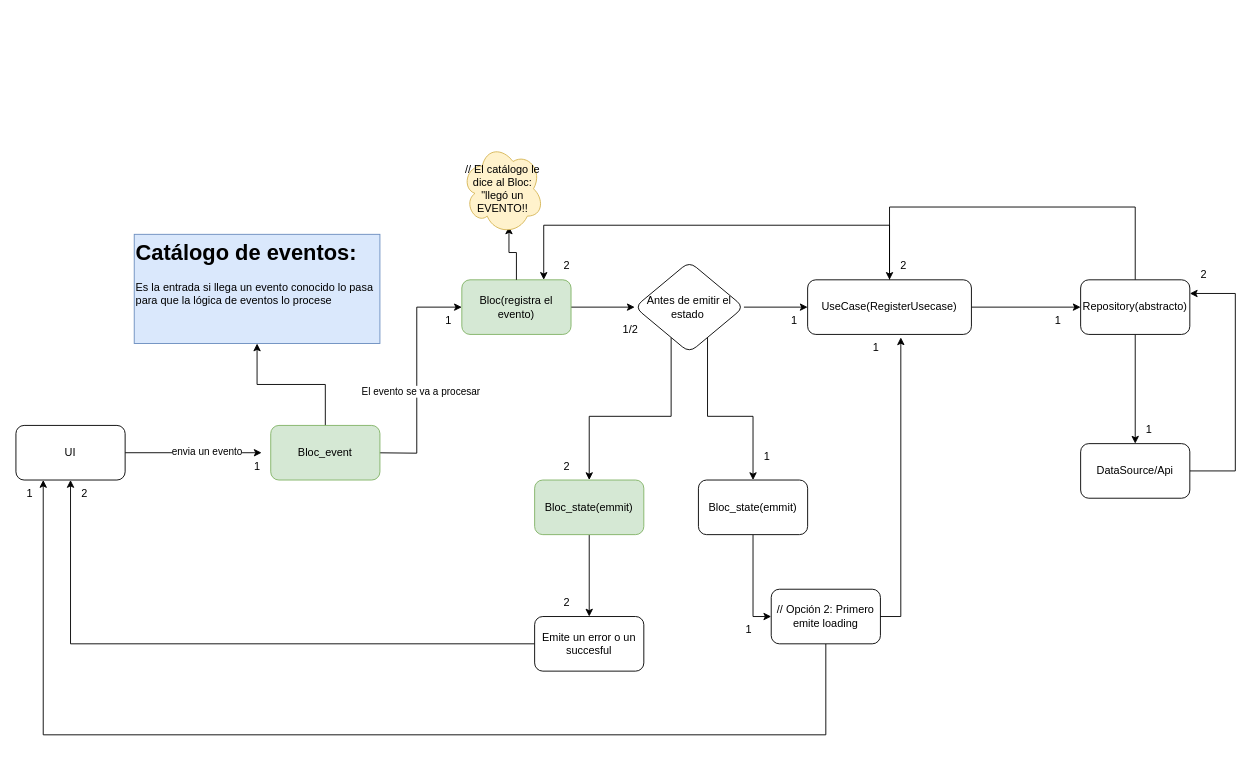
Above: page "Bloc" (2 of 3) of Diagrama_bloc_ClnArquiteture_Flutter.drawio in EstebanGitPro/Digramas (draw.io), before the change. Source tidied: cells renumbered, new cells numbered last; positions are measured from the earlier drawing's top-left corner, leaving out a move shared by most shapes. Both pictures are drawn from the tidied source at 91%, with x=0, y=0 at pixel (15, 143).
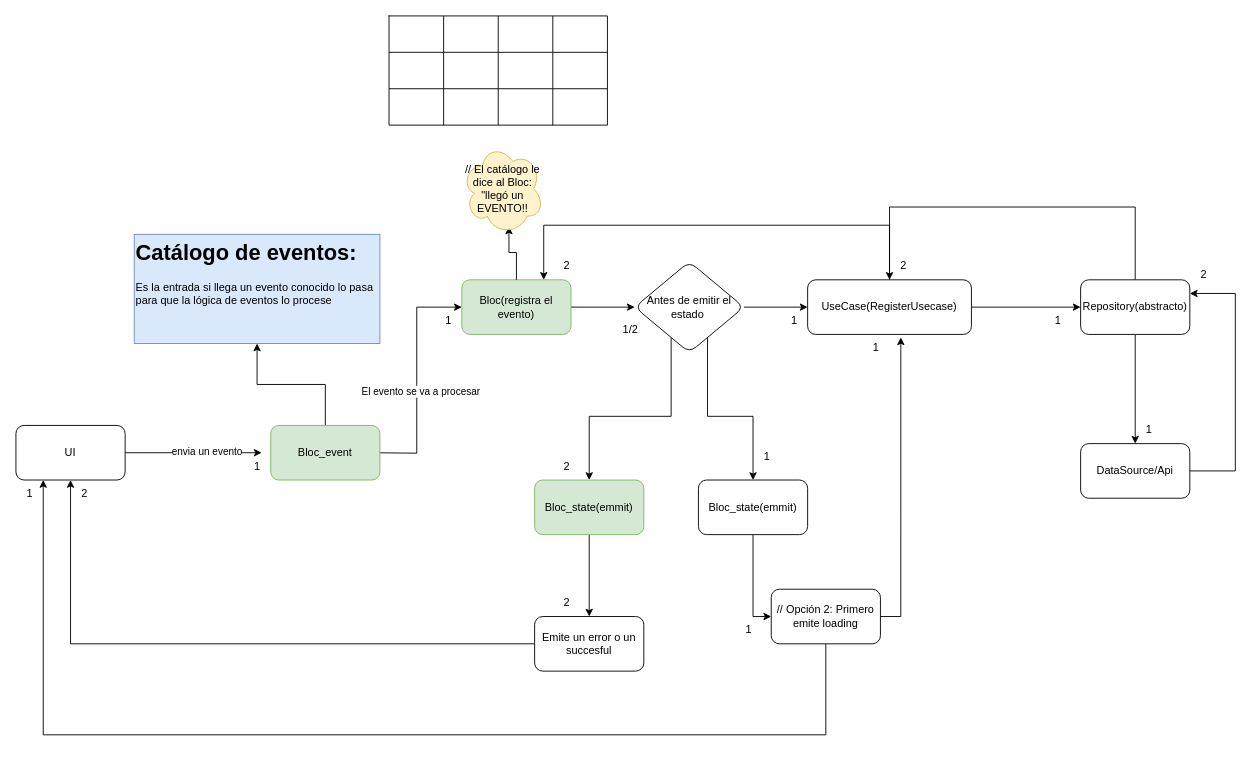
After the change.

The edit, as a diff of the source:
```diff
@@
+    <mxCell id="51" style="shape=table;startSize=0;childLayout=tableLayout;" parent="1" vertex="1">
+      <mxGeometry x="410" y="-140" width="240" height="120" as="geometry" />
+    </mxCell>
+    <mxCell id="52" style="shape=tableRow;horizontal=0;startSize=0;swimlaneHead=0;swimlaneBody=0;strokeColor=inherit;top=0;left=0;bottom=0;right=0;fillColor=none;" parent="51" vertex="1">
+      <mxGeometry width="240" height="40" as="geometry" />
+    </mxCell>
+    <mxCell id="53" style="shape=partialRectangle;html=1;whiteSpace=wrap;strokeColor=inherit;overflow=hidden;fillColor=none;top=0;left=0;bottom=0;right=0;" parent="52" vertex="1">
+      <mxGeometry width="60" height="40" as="geometry" />
+    </mxCell>
+    <mxCell id="54" style="shape=partialRectangle;html=1;whiteSpace=wrap;strokeColor=inherit;overflow=hidden;fillColor=none;top=0;left=0;bottom=0;right=0;" parent="52" vertex="1">
+      <mxGeometry x="60" width="60" height="40" as="geometry" />
+    </mxCell>
+    <mxCell id="55" style="shape=partialRectangle;html=1;whiteSpace=wrap;strokeColor=inherit;overflow=hidden;fillColor=none;top=0;left=0;bottom=0;right=0;" parent="52" vertex="1">
+      <mxGeometry x="120" width="60" height="40" as="geometry" />
+    </mxCell>
+    <mxCell id="56" style="shape=partialRectangle;html=1;whiteSpace=wrap;strokeColor=inherit;overflow=hidden;fillColor=none;top=0;left=0;bottom=0;right=0;" parent="52" vertex="1">
+      <mxGeometry x="180" width="60" height="40" as="geometry" />
+    </mxCell>
+    <mxCell id="57" style="shape=tableRow;horizontal=0;startSize=0;swimlaneHead=0;swimlaneBody=0;strokeColor=inherit;top=0;left=0;bottom=0;right=0;fillColor=none;" parent="51" vertex="1">
+      <mxGeometry y="40" width="240" height="40" as="geometry" />
+    </mxCell>
+    <mxCell id="58" style="shape=partialRectangle;html=1;whiteSpace=wrap;strokeColor=inherit;overflow=hidden;fillColor=none;top=0;left=0;bottom=0;right=0;" parent="57" vertex="1">
+      <mxGeometry width="60" height="40" as="geometry" />
+    </mxCell>
+    <mxCell id="59" style="shape=partialRectangle;html=1;whiteSpace=wrap;strokeColor=inherit;overflow=hidden;fillColor=none;top=0;left=0;bottom=0;right=0;" parent="57" vertex="1">
+      <mxGeometry x="60" width="60" height="40" as="geometry" />
+    </mxCell>
+    <mxCell id="60" style="shape=partialRectangle;html=1;whiteSpace=wrap;strokeColor=inherit;overflow=hidden;fillColor=none;top=0;left=0;bottom=0;right=0;" parent="57" vertex="1">
+      <mxGeometry x="120" width="60" height="40" as="geometry" />
+    </mxCell>
+    <mxCell id="61" style="shape=partialRectangle;html=1;whiteSpace=wrap;strokeColor=inherit;overflow=hidden;fillColor=none;top=0;left=0;bottom=0;right=0;" parent="57" vertex="1">
+      <mxGeometry x="180" width="60" height="40" as="geometry" />
+    </mxCell>
+    <mxCell id="62" style="shape=tableRow;horizontal=0;startSize=0;swimlaneHead=0;swimlaneBody=0;strokeColor=inherit;top=0;left=0;bottom=0;right=0;fillColor=none;" parent="51" vertex="1">
+      <mxGeometry y="80" width="240" height="40" as="geometry" />
+    </mxCell>
+    <mxCell id="63" style="shape=partialRectangle;html=1;whiteSpace=wrap;strokeColor=inherit;overflow=hidden;fillColor=none;top=0;left=0;bottom=0;right=0;" parent="62" vertex="1">
+      <mxGeometry width="60" height="40" as="geometry" />
+    </mxCell>
+    <mxCell id="64" style="shape=partialRectangle;html=1;whiteSpace=wrap;strokeColor=inherit;overflow=hidden;fillColor=none;top=0;left=0;bottom=0;right=0;" parent="62" vertex="1">
+      <mxGeometry x="60" width="60" height="40" as="geometry" />
+    </mxCell>
+    <mxCell id="65" style="shape=partialRectangle;html=1;whiteSpace=wrap;strokeColor=inherit;overflow=hidden;fillColor=none;top=0;left=0;bottom=0;right=0;" parent="62" vertex="1">
+      <mxGeometry x="120" width="60" height="40" as="geometry" />
+    </mxCell>
+    <mxCell id="66" style="shape=partialRectangle;html=1;whiteSpace=wrap;strokeColor=inherit;overflow=hidden;fillColor=none;top=0;left=0;bottom=0;right=0;" parent="62" vertex="1">
+      <mxGeometry x="180" width="60" height="40" as="geometry" />
+    </mxCell>
```
